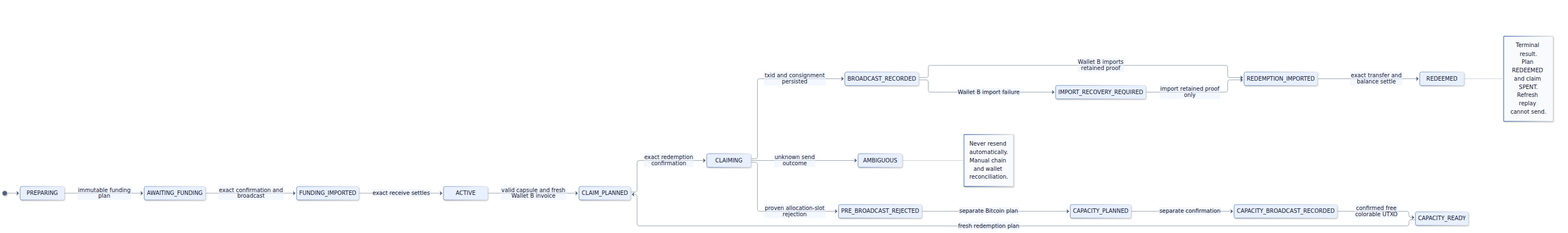
Before: docs/diagrams/10-note-vault-state.png, a diagram exported from Mermaid (EdwinKestler/bill). Its source is kept beside it as docs/diagrams/src/10-note-vault-state.mmd. Source of this version:
```mermaid
stateDiagram-v2
    direction LR

    [*] --> PREPARING
    PREPARING --> AWAITING_FUNDING: immutable funding plan
    AWAITING_FUNDING --> FUNDING_IMPORTED: exact confirmation and broadcast
    FUNDING_IMPORTED --> ACTIVE: exact receive settles
    ACTIVE --> CLAIM_PLANNED: valid capsule and fresh Wallet B invoice
    CLAIM_PLANNED --> CLAIMING: exact redemption confirmation
    CLAIMING --> BROADCAST_RECORDED: txid and consignment persisted
    BROADCAST_RECORDED --> REDEMPTION_IMPORTED: Wallet B imports retained proof
    REDEMPTION_IMPORTED --> REDEEMED: exact transfer and balance settle

    CLAIMING --> AMBIGUOUS: unknown send outcome
    BROADCAST_RECORDED --> IMPORT_RECOVERY_REQUIRED: Wallet B import failure
    IMPORT_RECOVERY_REQUIRED --> REDEMPTION_IMPORTED: import retained proof only

    CLAIMING --> PRE_BROADCAST_REJECTED: proven allocation-slot rejection
    PRE_BROADCAST_REJECTED --> CAPACITY_PLANNED: separate Bitcoin plan
    CAPACITY_PLANNED --> CAPACITY_BROADCAST_RECORDED: separate confirmation
    CAPACITY_BROADCAST_RECORDED --> CAPACITY_READY: confirmed free colorable UTXO
    CAPACITY_READY --> CLAIM_PLANNED: fresh redemption plan

    note right of REDEEMED
        Terminal result.
        Plan REDEEMED and claim SPENT.
        Refresh replay cannot send.
    end note

    note right of AMBIGUOUS
        Never resend automatically.
        Manual chain and wallet reconciliation.
    end note
```
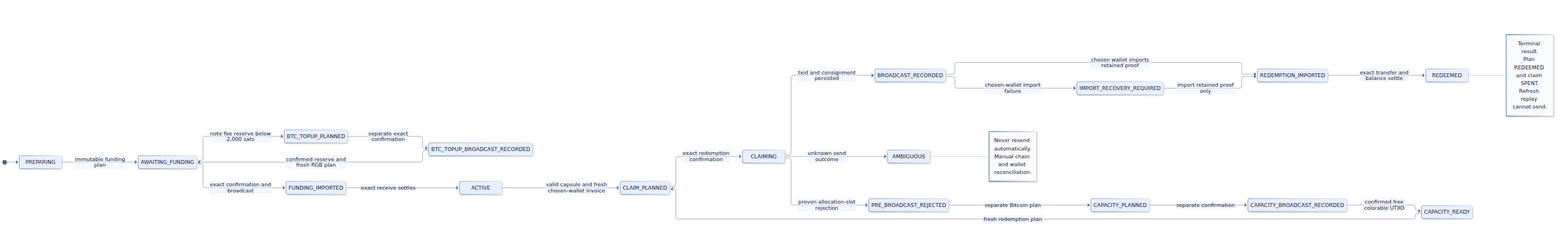
Later version of the same file.

What changed in the source:
```diff
@@ -3,16 +3,19 @@
 
     [*] --> PREPARING
     PREPARING --> AWAITING_FUNDING: immutable funding plan
+    AWAITING_FUNDING --> BTC_TOPUP_PLANNED: note fee reserve below 2,000 sats
+    BTC_TOPUP_PLANNED --> BTC_TOPUP_BROADCAST_RECORDED: separate exact confirmation
+    BTC_TOPUP_BROADCAST_RECORDED --> AWAITING_FUNDING: confirmed reserve and fresh RGB plan
     AWAITING_FUNDING --> FUNDING_IMPORTED: exact confirmation and broadcast
     FUNDING_IMPORTED --> ACTIVE: exact receive settles
-    ACTIVE --> CLAIM_PLANNED: valid capsule and fresh Wallet B invoice
+    ACTIVE --> CLAIM_PLANNED: valid capsule and fresh chosen-wallet invoice
     CLAIM_PLANNED --> CLAIMING: exact redemption confirmation
     CLAIMING --> BROADCAST_RECORDED: txid and consignment persisted
-    BROADCAST_RECORDED --> REDEMPTION_IMPORTED: Wallet B imports retained proof
+    BROADCAST_RECORDED --> REDEMPTION_IMPORTED: chosen wallet imports retained proof
     REDEMPTION_IMPORTED --> REDEEMED: exact transfer and balance settle
 
     CLAIMING --> AMBIGUOUS: unknown send outcome
-    BROADCAST_RECORDED --> IMPORT_RECOVERY_REQUIRED: Wallet B import failure
+    BROADCAST_RECORDED --> IMPORT_RECOVERY_REQUIRED: chosen-wallet import failure
     IMPORT_RECOVERY_REQUIRED --> REDEMPTION_IMPORTED: import retained proof only
 
     CLAIMING --> PRE_BROADCAST_REJECTED: proven allocation-slot rejection
```
